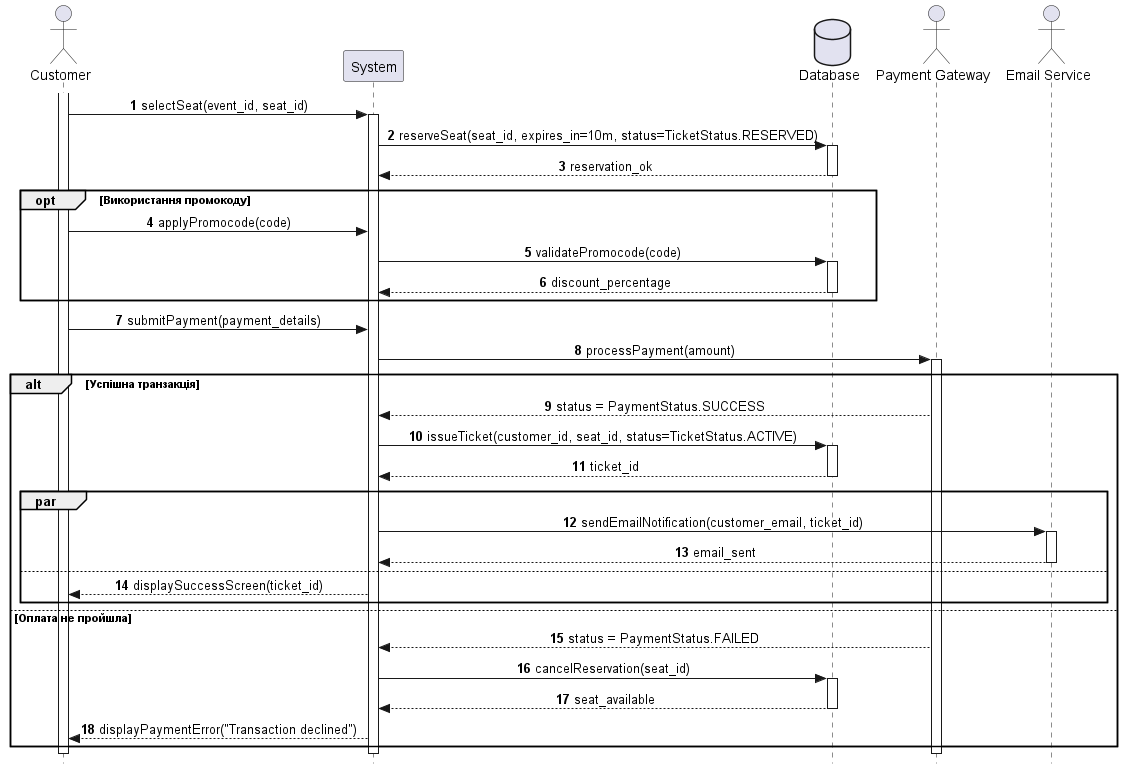
The PlantUML diagram lab3/diagrams/buy_ticket.png in anastasiiaaz/2-course-mavpz, before a commit.
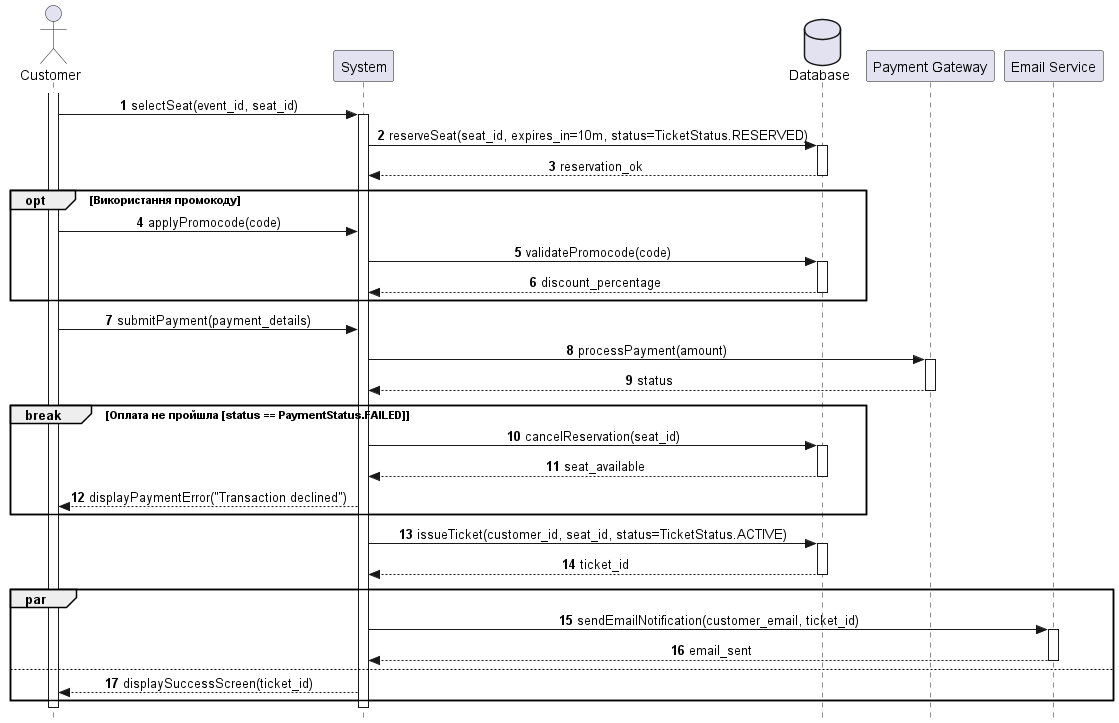
After the change.

Change to the diagram source:
```diff
@@ -6,8 +6,8 @@
 actor "Customer" as C
 participant "System" as App
 database "Database" as DB
-actor "Payment Gateway" as PG
-actor "Email Service" as ES
+participant "Payment Gateway" as PG
+participant "Email Service" as ES
 
 activate C
 C -> App : selectSeat(event_id, seat_id)
@@ -30,27 +30,10 @@
 
 App -> PG : processPayment(amount)
 activate PG
+PG --> App : status
+deactivate PG
 
-alt Успішна транзакція
-    PG --> App : status = PaymentStatus.SUCCESS
-
-    App -> DB : issueTicket(customer_id, seat_id, status=TicketStatus.ACTIVE)
-    activate DB
-    DB --> App : ticket_id
-    deactivate DB
-
-    par
-        App -> ES : sendEmailNotification(customer_email, ticket_id)
-        activate ES
-        ES --> App : email_sent
-        deactivate ES
-    else
-        App --> C : displaySuccessScreen(ticket_id)
-    end
-
-else Оплата не пройшла
-    PG --> App : status = PaymentStatus.FAILED
-
+break Оплата не пройшла [status == PaymentStatus.FAILED]
     App -> DB : cancelReservation(seat_id)
     activate DB
     DB --> App : seat_available
@@ -59,7 +42,20 @@
     App --> C : displayPaymentError("Transaction declined")
 end
 
-deactivate PG
+App -> DB : issueTicket(customer_id, seat_id, status=TicketStatus.ACTIVE)
+activate DB
+DB --> App : ticket_id
+deactivate DB
+
+par
+    App -> ES : sendEmailNotification(customer_email, ticket_id)
+    activate ES
+    ES --> App : email_sent
+    deactivate ES
+else
+    App --> C : displaySuccessScreen(ticket_id)
+end
+
 deactivate App
 deactivate C
 @enduml
```
